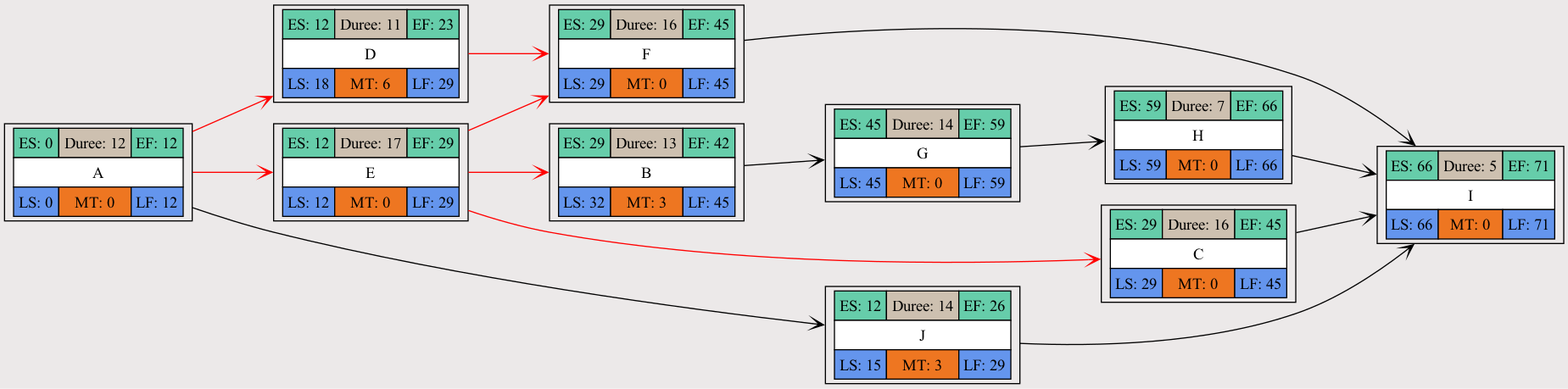
Earlier version of the Graphviz export public/charts/img/test_diagram.png (Akouzeha/PertFinder). Its source is kept beside it as public/charts/test_diagram.dot. Source of this version:
```dot
digraph PERT {
  rankdir=LR;
  ranksep=1;
  node [shape=record];
  edge [arrowhead=vee];
  bgcolor="#ECE9E9";
  64 [label=<<TABLE BORDER='0' CELLBORDER='1' CELLSPACING='0' CELLPADDING='4'>
        <TR><TD BGCOLOR= 'aquamarine3'>ES: 0</TD><TD BGCOLOR= 'antiquewhite3'>Duree: 12</TD><TD BGCOLOR= 'aquamarine3'>EF: 12</TD></TR>
        <TR><TD BGCOLOR= 'white' COLSPAN='3'>A</TD></TR>
        <TR><TD BGCOLOR= 'cornflowerblue'>LS: 0</TD><TD BGCOLOR= 'chocolate2'>MT: 0</TD><TD BGCOLOR= 'cornflowerblue'>LF: 12</TD></TR>

        </TABLE>>]
  65 [label=<<TABLE BORDER='0' CELLBORDER='1' CELLSPACING='0' CELLPADDING='4'>
        <TR><TD BGCOLOR= 'aquamarine3'>ES: 29</TD><TD BGCOLOR= 'antiquewhite3'>Duree: 13</TD><TD BGCOLOR= 'aquamarine3'>EF: 42</TD></TR>
        <TR><TD BGCOLOR= 'white' COLSPAN='3'>B</TD></TR>
        <TR><TD BGCOLOR= 'cornflowerblue'>LS: 32</TD><TD BGCOLOR= 'chocolate2'>MT: 3</TD><TD BGCOLOR= 'cornflowerblue'>LF: 45</TD></TR>

        </TABLE>>]
  66 [label=<<TABLE BORDER='0' CELLBORDER='1' CELLSPACING='0' CELLPADDING='4'>
        <TR><TD BGCOLOR= 'aquamarine3'>ES: 29</TD><TD BGCOLOR= 'antiquewhite3'>Duree: 16</TD><TD BGCOLOR= 'aquamarine3'>EF: 45</TD></TR>
        <TR><TD BGCOLOR= 'white' COLSPAN='3'>C</TD></TR>
        <TR><TD BGCOLOR= 'cornflowerblue'>LS: 29</TD><TD BGCOLOR= 'chocolate2'>MT: 0</TD><TD BGCOLOR= 'cornflowerblue'>LF: 45</TD></TR>

        </TABLE>>]
  67 [label=<<TABLE BORDER='0' CELLBORDER='1' CELLSPACING='0' CELLPADDING='4'>
        <TR><TD BGCOLOR= 'aquamarine3'>ES: 12</TD><TD BGCOLOR= 'antiquewhite3'>Duree: 11</TD><TD BGCOLOR= 'aquamarine3'>EF: 23</TD></TR>
        <TR><TD BGCOLOR= 'white' COLSPAN='3'>D</TD></TR>
        <TR><TD BGCOLOR= 'cornflowerblue'>LS: 18</TD><TD BGCOLOR= 'chocolate2'>MT: 6</TD><TD BGCOLOR= 'cornflowerblue'>LF: 29</TD></TR>

        </TABLE>>]
  68 [label=<<TABLE BORDER='0' CELLBORDER='1' CELLSPACING='0' CELLPADDING='4'>
        <TR><TD BGCOLOR= 'aquamarine3'>ES: 12</TD><TD BGCOLOR= 'antiquewhite3'>Duree: 17</TD><TD BGCOLOR= 'aquamarine3'>EF: 29</TD></TR>
        <TR><TD BGCOLOR= 'white' COLSPAN='3'>E</TD></TR>
        <TR><TD BGCOLOR= 'cornflowerblue'>LS: 12</TD><TD BGCOLOR= 'chocolate2'>MT: 0</TD><TD BGCOLOR= 'cornflowerblue'>LF: 29</TD></TR>

        </TABLE>>]
  69 [label=<<TABLE BORDER='0' CELLBORDER='1' CELLSPACING='0' CELLPADDING='4'>
        <TR><TD BGCOLOR= 'aquamarine3'>ES: 29</TD><TD BGCOLOR= 'antiquewhite3'>Duree: 16</TD><TD BGCOLOR= 'aquamarine3'>EF: 45</TD></TR>
        <TR><TD BGCOLOR= 'white' COLSPAN='3'>F</TD></TR>
        <TR><TD BGCOLOR= 'cornflowerblue'>LS: 29</TD><TD BGCOLOR= 'chocolate2'>MT: 0</TD><TD BGCOLOR= 'cornflowerblue'>LF: 45</TD></TR>

        </TABLE>>]
  70 [label=<<TABLE BORDER='0' CELLBORDER='1' CELLSPACING='0' CELLPADDING='4'>
        <TR><TD BGCOLOR= 'aquamarine3'>ES: 45</TD><TD BGCOLOR= 'antiquewhite3'>Duree: 14</TD><TD BGCOLOR= 'aquamarine3'>EF: 59</TD></TR>
        <TR><TD BGCOLOR= 'white' COLSPAN='3'>G</TD></TR>
        <TR><TD BGCOLOR= 'cornflowerblue'>LS: 45</TD><TD BGCOLOR= 'chocolate2'>MT: 0</TD><TD BGCOLOR= 'cornflowerblue'>LF: 59</TD></TR>

        </TABLE>>]
  71 [label=<<TABLE BORDER='0' CELLBORDER='1' CELLSPACING='0' CELLPADDING='4'>
        <TR><TD BGCOLOR= 'aquamarine3'>ES: 59</TD><TD BGCOLOR= 'antiquewhite3'>Duree: 7</TD><TD BGCOLOR= 'aquamarine3'>EF: 66</TD></TR>
        <TR><TD BGCOLOR= 'white' COLSPAN='3'>H</TD></TR>
        <TR><TD BGCOLOR= 'cornflowerblue'>LS: 59</TD><TD BGCOLOR= 'chocolate2'>MT: 0</TD><TD BGCOLOR= 'cornflowerblue'>LF: 66</TD></TR>

        </TABLE>>]
  72 [label=<<TABLE BORDER='0' CELLBORDER='1' CELLSPACING='0' CELLPADDING='4'>
        <TR><TD BGCOLOR= 'aquamarine3'>ES: 66</TD><TD BGCOLOR= 'antiquewhite3'>Duree: 5</TD><TD BGCOLOR= 'aquamarine3'>EF: 71</TD></TR>
        <TR><TD BGCOLOR= 'white' COLSPAN='3'>I</TD></TR>
        <TR><TD BGCOLOR= 'cornflowerblue'>LS: 66</TD><TD BGCOLOR= 'chocolate2'>MT: 0</TD><TD BGCOLOR= 'cornflowerblue'>LF: 71</TD></TR>

        </TABLE>>]
  73 [label=<<TABLE BORDER='0' CELLBORDER='1' CELLSPACING='0' CELLPADDING='4'>
        <TR><TD BGCOLOR= 'aquamarine3'>ES: 12</TD><TD BGCOLOR= 'antiquewhite3'>Duree: 14</TD><TD BGCOLOR= 'aquamarine3'>EF: 26</TD></TR>
        <TR><TD BGCOLOR= 'white' COLSPAN='3'>J</TD></TR>
        <TR><TD BGCOLOR= 'cornflowerblue'>LS: 15</TD><TD BGCOLOR= 'chocolate2'>MT: 3</TD><TD BGCOLOR= 'cornflowerblue'>LF: 29</TD></TR>

        </TABLE>>]
  68 -> 65 [color=red]
  68 -> 66 [color=red]
  64 -> 67 [color=red]
  64 -> 68 [color=red]
  67 -> 69 [color=red]
  68 -> 69 [color=red]
  65 -> 70 [color=black]
  70 -> 71 [color=black]
  73 -> 72 [color=black]
  66 -> 72 [color=black]
  71 -> 72 [color=black]
  69 -> 72 [color=black]
  64 -> 73 [color=black]
}
```
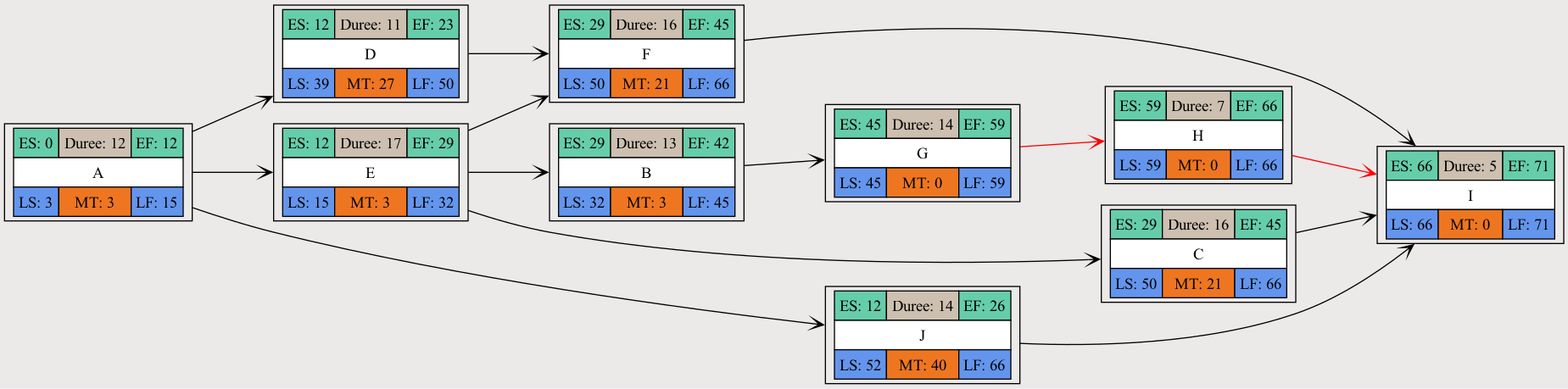
After the commit.

Change to the diagram source:
```diff
@@ -7,7 +7,7 @@
   64 [label=<<TABLE BORDER='0' CELLBORDER='1' CELLSPACING='0' CELLPADDING='4'>
         <TR><TD BGCOLOR= 'aquamarine3'>ES: 0</TD><TD BGCOLOR= 'antiquewhite3'>Duree: 12</TD><TD BGCOLOR= 'aquamarine3'>EF: 12</TD></TR>
         <TR><TD BGCOLOR= 'white' COLSPAN='3'>A</TD></TR>
-        <TR><TD BGCOLOR= 'cornflowerblue'>LS: 0</TD><TD BGCOLOR= 'chocolate2'>MT: 0</TD><TD BGCOLOR= 'cornflowerblue'>LF: 12</TD></TR>
+        <TR><TD BGCOLOR= 'cornflowerblue'>LS: 3</TD><TD BGCOLOR= 'chocolate2'>MT: 3</TD><TD BGCOLOR= 'cornflowerblue'>LF: 15</TD></TR>
 
         </TABLE>>]
   65 [label=<<TABLE BORDER='0' CELLBORDER='1' CELLSPACING='0' CELLPADDING='4'>
@@ -19,25 +19,25 @@
   66 [label=<<TABLE BORDER='0' CELLBORDER='1' CELLSPACING='0' CELLPADDING='4'>
         <TR><TD BGCOLOR= 'aquamarine3'>ES: 29</TD><TD BGCOLOR= 'antiquewhite3'>Duree: 16</TD><TD BGCOLOR= 'aquamarine3'>EF: 45</TD></TR>
         <TR><TD BGCOLOR= 'white' COLSPAN='3'>C</TD></TR>
-        <TR><TD BGCOLOR= 'cornflowerblue'>LS: 29</TD><TD BGCOLOR= 'chocolate2'>MT: 0</TD><TD BGCOLOR= 'cornflowerblue'>LF: 45</TD></TR>
+        <TR><TD BGCOLOR= 'cornflowerblue'>LS: 50</TD><TD BGCOLOR= 'chocolate2'>MT: 21</TD><TD BGCOLOR= 'cornflowerblue'>LF: 66</TD></TR>
 
         </TABLE>>]
   67 [label=<<TABLE BORDER='0' CELLBORDER='1' CELLSPACING='0' CELLPADDING='4'>
         <TR><TD BGCOLOR= 'aquamarine3'>ES: 12</TD><TD BGCOLOR= 'antiquewhite3'>Duree: 11</TD><TD BGCOLOR= 'aquamarine3'>EF: 23</TD></TR>
         <TR><TD BGCOLOR= 'white' COLSPAN='3'>D</TD></TR>
-        <TR><TD BGCOLOR= 'cornflowerblue'>LS: 18</TD><TD BGCOLOR= 'chocolate2'>MT: 6</TD><TD BGCOLOR= 'cornflowerblue'>LF: 29</TD></TR>
+        <TR><TD BGCOLOR= 'cornflowerblue'>LS: 39</TD><TD BGCOLOR= 'chocolate2'>MT: 27</TD><TD BGCOLOR= 'cornflowerblue'>LF: 50</TD></TR>
 
         </TABLE>>]
   68 [label=<<TABLE BORDER='0' CELLBORDER='1' CELLSPACING='0' CELLPADDING='4'>
         <TR><TD BGCOLOR= 'aquamarine3'>ES: 12</TD><TD BGCOLOR= 'antiquewhite3'>Duree: 17</TD><TD BGCOLOR= 'aquamarine3'>EF: 29</TD></TR>
         <TR><TD BGCOLOR= 'white' COLSPAN='3'>E</TD></TR>
-        <TR><TD BGCOLOR= 'cornflowerblue'>LS: 12</TD><TD BGCOLOR= 'chocolate2'>MT: 0</TD><TD BGCOLOR= 'cornflowerblue'>LF: 29</TD></TR>
+        <TR><TD BGCOLOR= 'cornflowerblue'>LS: 15</TD><TD BGCOLOR= 'chocolate2'>MT: 3</TD><TD BGCOLOR= 'cornflowerblue'>LF: 32</TD></TR>
 
         </TABLE>>]
   69 [label=<<TABLE BORDER='0' CELLBORDER='1' CELLSPACING='0' CELLPADDING='4'>
         <TR><TD BGCOLOR= 'aquamarine3'>ES: 29</TD><TD BGCOLOR= 'antiquewhite3'>Duree: 16</TD><TD BGCOLOR= 'aquamarine3'>EF: 45</TD></TR>
         <TR><TD BGCOLOR= 'white' COLSPAN='3'>F</TD></TR>
-        <TR><TD BGCOLOR= 'cornflowerblue'>LS: 29</TD><TD BGCOLOR= 'chocolate2'>MT: 0</TD><TD BGCOLOR= 'cornflowerblue'>LF: 45</TD></TR>
+        <TR><TD BGCOLOR= 'cornflowerblue'>LS: 50</TD><TD BGCOLOR= 'chocolate2'>MT: 21</TD><TD BGCOLOR= 'cornflowerblue'>LF: 66</TD></TR>
 
         </TABLE>>]
   70 [label=<<TABLE BORDER='0' CELLBORDER='1' CELLSPACING='0' CELLPADDING='4'>
@@ -61,20 +61,20 @@
   73 [label=<<TABLE BORDER='0' CELLBORDER='1' CELLSPACING='0' CELLPADDING='4'>
         <TR><TD BGCOLOR= 'aquamarine3'>ES: 12</TD><TD BGCOLOR= 'antiquewhite3'>Duree: 14</TD><TD BGCOLOR= 'aquamarine3'>EF: 26</TD></TR>
         <TR><TD BGCOLOR= 'white' COLSPAN='3'>J</TD></TR>
-        <TR><TD BGCOLOR= 'cornflowerblue'>LS: 15</TD><TD BGCOLOR= 'chocolate2'>MT: 3</TD><TD BGCOLOR= 'cornflowerblue'>LF: 29</TD></TR>
+        <TR><TD BGCOLOR= 'cornflowerblue'>LS: 52</TD><TD BGCOLOR= 'chocolate2'>MT: 40</TD><TD BGCOLOR= 'cornflowerblue'>LF: 66</TD></TR>
 
         </TABLE>>]
-  68 -> 65 [color=red]
-  68 -> 66 [color=red]
-  64 -> 67 [color=red]
-  64 -> 68 [color=red]
-  67 -> 69 [color=red]
-  68 -> 69 [color=red]
-  65 -> 70 [color=black]
-  70 -> 71 [color=black]
-  73 -> 72 [color=black]
-  66 -> 72 [color=black]
-  71 -> 72 [color=black]
-  69 -> 72 [color=black]
-  64 -> 73 [color=black]
+  68 -> 65
+  68 -> 66
+  64 -> 67
+  64 -> 68
+  67 -> 69
+  68 -> 69
+  65 -> 70
+  70 -> 71 [color=red]
+  73 -> 72
+  66 -> 72
+  71 -> 72 [color=red]
+  69 -> 72
+  64 -> 73
 }
```
